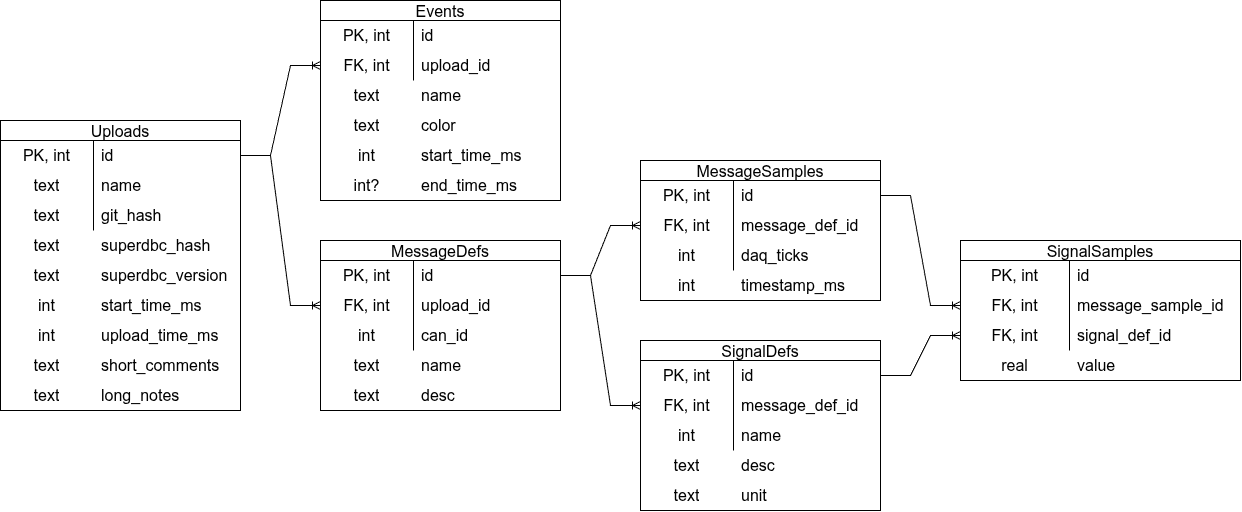
Before: daq/daqcloud/daqcloud_tables.drawio.png, a diagram exported from draw.io (PurdueElectricRacing/firmware). Source tidied: cells renumbered, new cells last; positions are measured from the earlier drawing's top-left corner, leaving out a move shared by most shapes.
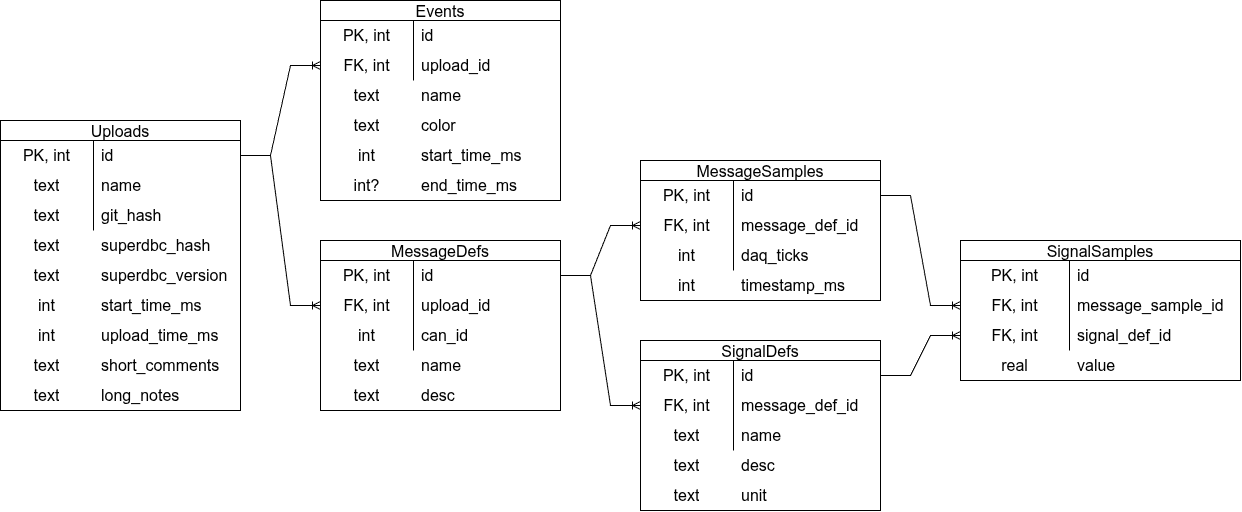
Later version of the same file.

The edit, as a diff of the source:
```diff
@@ -242,7 +242,7 @@
     <mxCell id="81" style="shape=tableRow;horizontal=0;startSize=0;swimlaneHead=0;swimlaneBody=0;top=0;left=0;bottom=0;right=0;fillColor=none;strokeColor=inherit;fontSize=16;" parent="74" vertex="1">
       <mxGeometry y="80" width="240" height="30" as="geometry" />
     </mxCell>
-    <mxCell id="82" value="int" style="shape=partialRectangle;html=1;whiteSpace=wrap;fillColor=none;top=0;left=0;bottom=0;right=0;overflow=hidden;strokeColor=inherit;fontSize=16;" parent="81" vertex="1">
+    <mxCell id="82" value="text" style="shape=partialRectangle;html=1;whiteSpace=wrap;fillColor=none;top=0;left=0;bottom=0;right=0;overflow=hidden;strokeColor=inherit;fontSize=16;" parent="81" vertex="1">
       <mxGeometry width="93" height="30" as="geometry" />
     </mxCell>
     <mxCell id="83" value="name" style="shape=partialRectangle;html=1;whiteSpace=wrap;fillColor=none;top=0;left=0;bottom=0;right=0;align=left;spacingLeft=6;overflow=hidden;strokeColor=inherit;fontSize=16;" parent="81" vertex="1">
```
